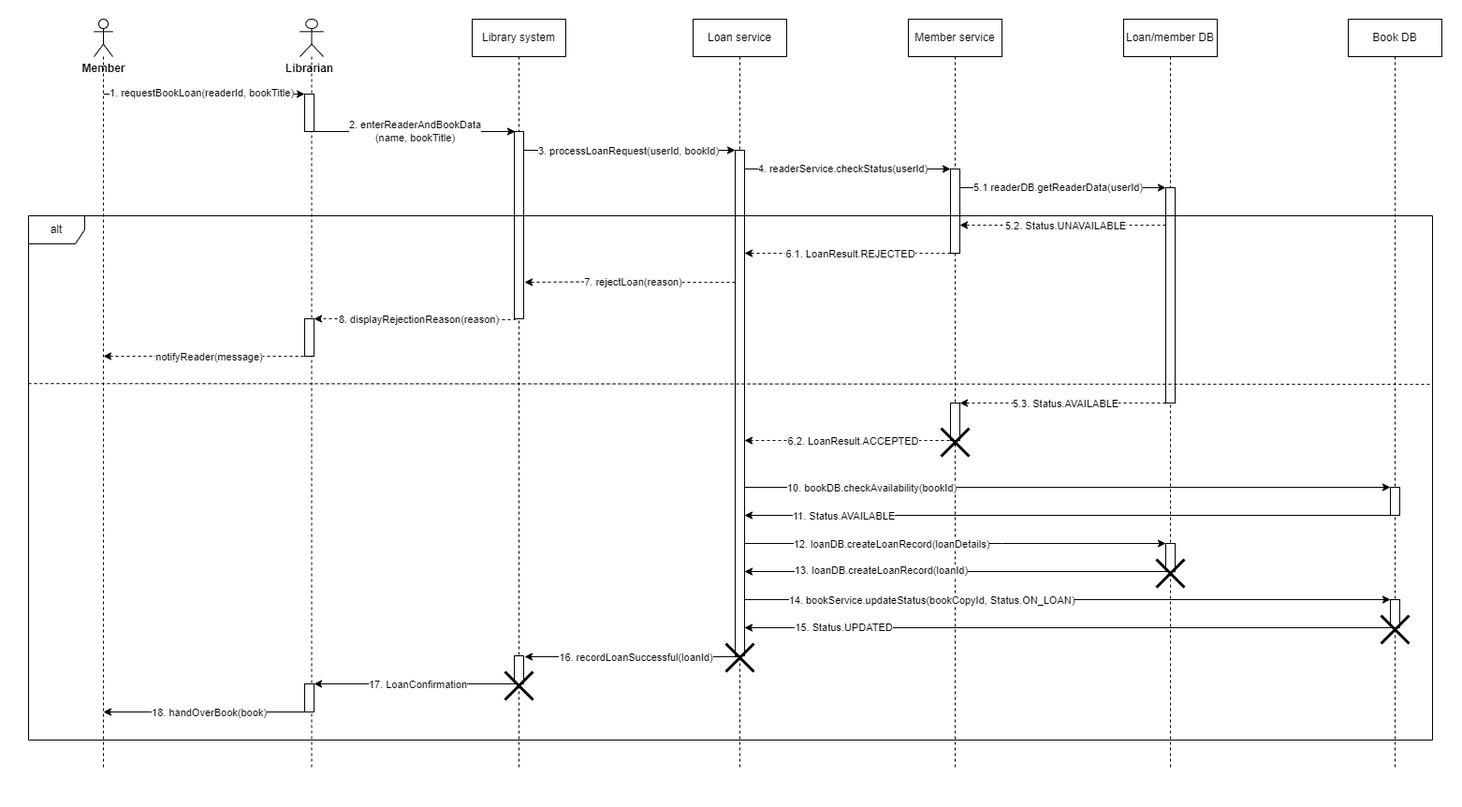
The draw.io diagram Lab3/Sequence Diagram_3.png in DenysP21/Labs_KPI_2, before a commit. Source tidied: cells renumbered, new cells last; positions are measured from the earlier drawing's top-left corner, leaving out a move shared by most shapes.
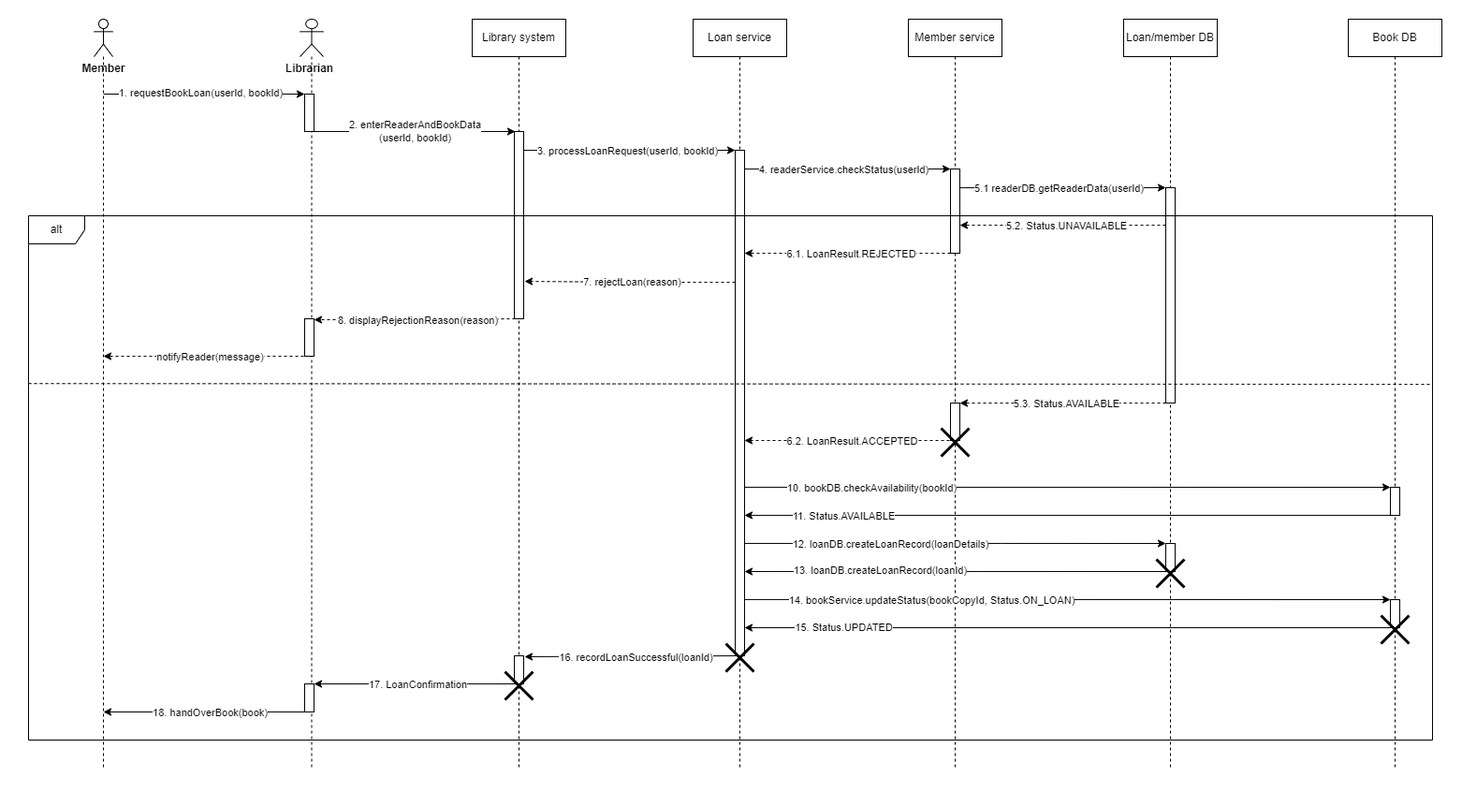
After the change.

Change to the diagram source:
```diff
@@ -77,7 +77,7 @@
         <mxPoint x="325" y="100" as="targetPoint" />
       </mxGeometry>
     </mxCell>
-    <mxCell id="26" value="1.&amp;nbsp;requestBookLoan(readerId, bookTitle)" style="edgeLabel;html=1;align=center;verticalAlign=middle;" parent="25" vertex="1">
+    <mxCell id="26" value="1.&amp;nbsp;requestBookLoan(userId, bookId)" style="edgeLabel;html=1;align=center;verticalAlign=middle;" parent="25" vertex="1">
       <mxGeometry x="-0.06" y="2" relative="1" as="geometry">
         <mxPoint x="3" as="offset" />
       </mxGeometry>
@@ -88,7 +88,7 @@
         <mxPoint x="550" y="140" as="targetPoint" />
       </mxGeometry>
     </mxCell>
-    <mxCell id="28" value="2. enterReaderAndBookData&lt;div&gt;(name, bookTitle)&lt;/div&gt;" style="edgeLabel;html=1;align=center;verticalAlign=middle;" parent="27" vertex="1">
+    <mxCell id="28" value="2. enterReaderAndBookData&lt;div&gt;(userId, bookId)&lt;/div&gt;" style="edgeLabel;html=1;align=center;verticalAlign=middle;" parent="27" vertex="1">
       <mxGeometry x="-0.01" y="1" relative="1" as="geometry" />
     </mxCell>
     <mxCell id="29" style="edgeStyle=orthogonalEdgeStyle;rounded=0;jettySize=auto;html=1;curved=0;" parent="1" edge="1" source="8">
```
